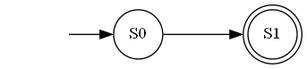
The Graphviz diagram NFA.gv.png in youssefhassan01/Compilers_Assignment, before a commit. Its source is kept beside it as NFA.gv.
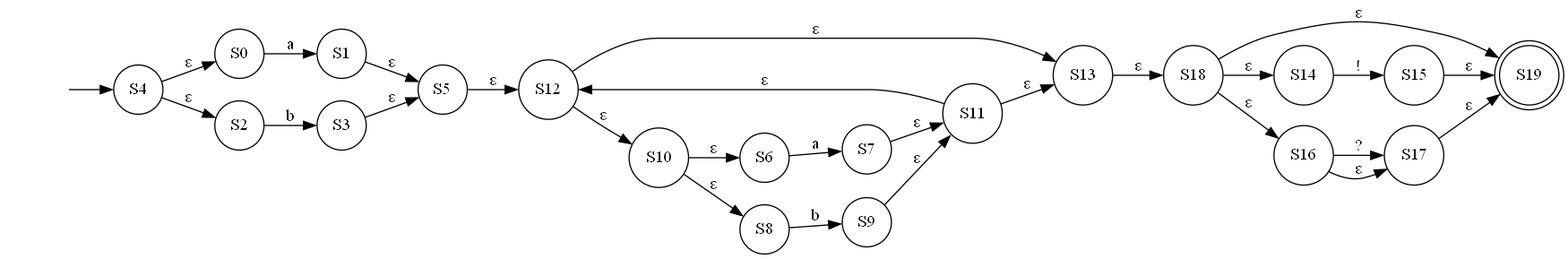
Later version of the same file.

The edit, as a diff of the source:
```diff
@@ -1,8 +1,51 @@
 digraph NFA {
 	graph [rankdir=LR]
 	"" [label="" shape=plaintext]
-	S1 [label=S1 shape=doublecircle]
+	S19 [label=S19 shape=doublecircle]
+	S8 [label=S8 shape=circle]
+	S9 [label=S9 shape=circle]
+	S17 [label=S17 shape=circle]
+	S13 [label=S13 shape=circle]
 	S0 [label=S0 shape=circle]
-	"" -> S0 [label=""]
-	S0 -> S1 [label="	"]
+	S15 [label=S15 shape=circle]
+	S10 [label=S10 shape=circle]
+	S1 [label=S1 shape=circle]
+	S11 [label=S11 shape=circle]
+	S14 [label=S14 shape=circle]
+	S2 [label=S2 shape=circle]
+	S6 [label=S6 shape=circle]
+	S4 [label=S4 shape=circle]
+	S7 [label=S7 shape=circle]
+	S5 [label=S5 shape=circle]
+	S16 [label=S16 shape=circle]
+	S12 [label=S12 shape=circle]
+	S18 [label=S18 shape=circle]
+	S3 [label=S3 shape=circle]
+	"" -> S4 [label=""]
+	S0 -> S1 [label=a]
+	S1 -> S5 [label="ε"]
+	S2 -> S3 [label=b]
+	S3 -> S5 [label="ε"]
+	S4 -> S0 [label="ε"]
+	S4 -> S2 [label="ε"]
+	S5 -> S12 [label="ε"]
+	S6 -> S7 [label=a]
+	S7 -> S11 [label="ε"]
+	S8 -> S9 [label=b]
+	S9 -> S11 [label="ε"]
+	S10 -> S8 [label="ε"]
+	S10 -> S6 [label="ε"]
+	S11 -> S12 [label="ε"]
+	S11 -> S13 [label="ε"]
+	S12 -> S10 [label="ε"]
+	S12 -> S13 [label="ε"]
+	S13 -> S18 [label="ε"]
+	S14 -> S15 [label="!"]
+	S15 -> S19 [label="ε"]
+	S16 -> S17 [label="?"]
+	S16 -> S17 [label="ε"]
+	S17 -> S19 [label="ε"]
+	S18 -> S16 [label="ε"]
+	S18 -> S14 [label="ε"]
+	S18 -> S19 [label="ε"]
 }
```
